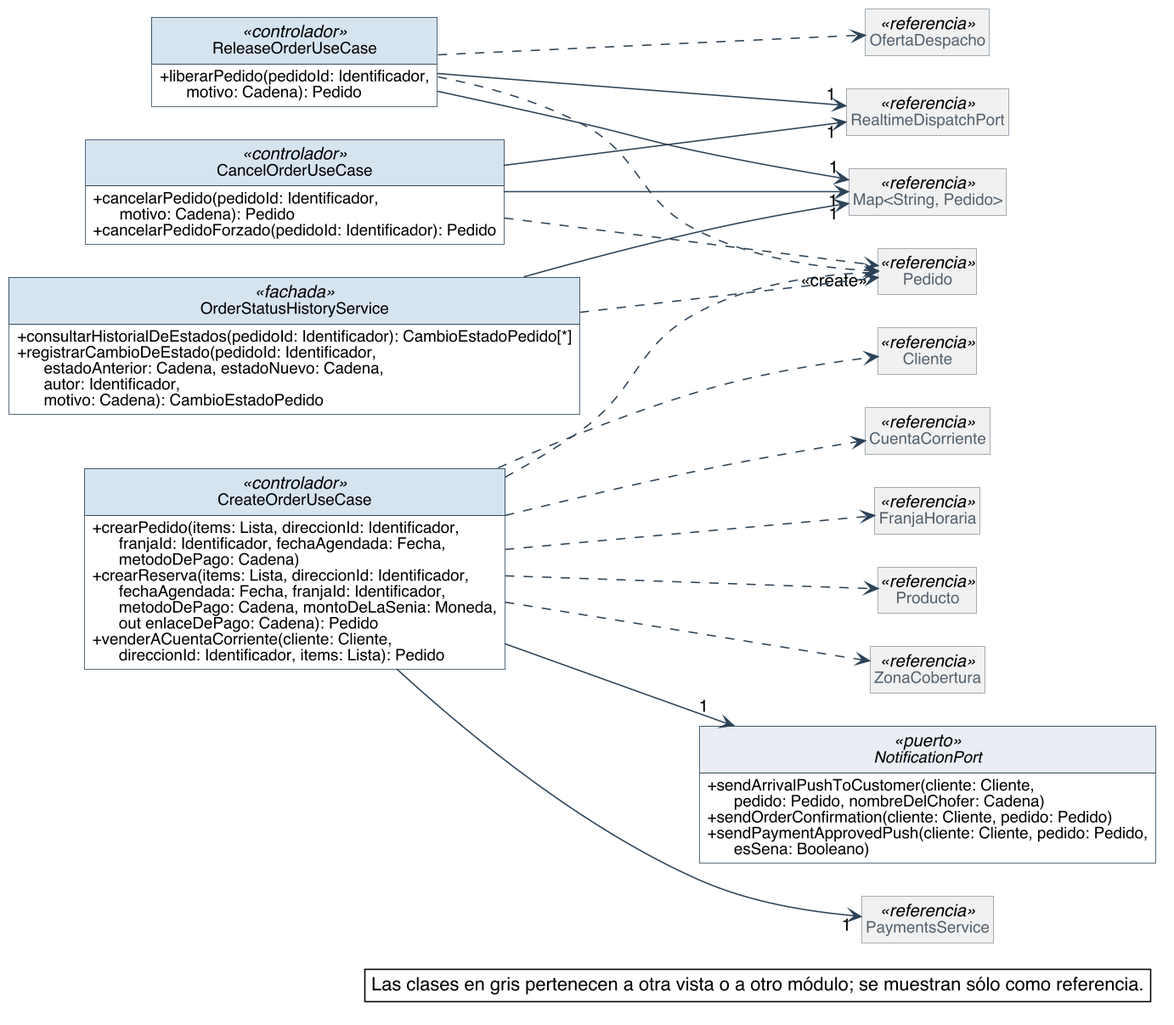
Earlier version of the PlantUML export diagramas/clases-diseno/DC_Mod_Pedidos-alta.png (Nahuelito-Dev/splg-docs).
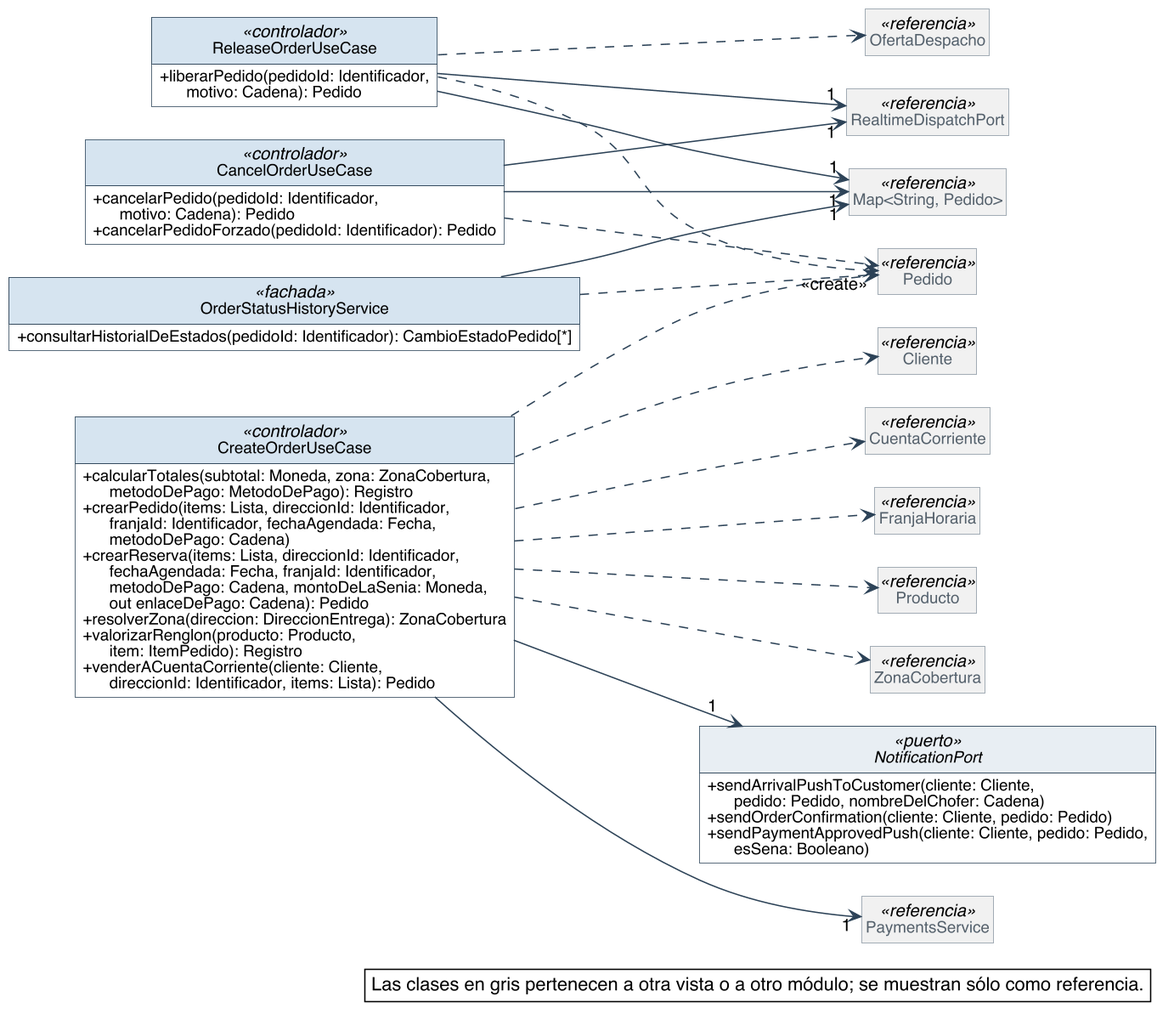
Above is the later version.

What changed in the source:
```diff
@@ -61,8 +61,11 @@
 skinparam nodesep 25
 skinparam ranksep 90
 class CreateOrderUseCase <<controlador>> {
+  + calcularTotales(subtotal: Moneda, zona: ZonaCobertura,\n      metodoDePago: MetodoDePago): Registro
   + crearPedido(items: Lista, direccionId: Identificador,\n      franjaId: Identificador, fechaAgendada: Fecha,\n      metodoDePago: Cadena)
   + crearReserva(items: Lista, direccionId: Identificador,\n      fechaAgendada: Fecha, franjaId: Identificador,\n      metodoDePago: Cadena, montoDeLaSenia: Moneda,\n      out enlaceDePago: Cadena): Pedido
+  + resolverZona(direccion: DireccionEntrega): ZonaCobertura
+  + valorizarRenglon(producto: Producto,\n      item: ItemPedido): Registro
   + venderACuentaCorriente(cliente: Cliente,\n      direccionId: Identificador, items: Lista): Pedido
 }
 class CancelOrderUseCase <<controlador>> {
@@ -79,7 +82,6 @@
 }
 class OrderStatusHistoryService <<fachada>> {
   + consultarHistorialDeEstados(pedidoId: Identificador): CambioEstadoPedido[*]
-  + registrarCambioDeEstado(pedidoId: Identificador,\n      estadoAnterior: Cadena, estadoNuevo: Cadena,\n      autor: Identificador,\n      motivo: Cadena): CambioEstadoPedido
 }
 class "Map<String, Pedido>" as Map_String_Pedido <<referencia>>
 class RealtimeDispatchPort <<referencia>>
```
